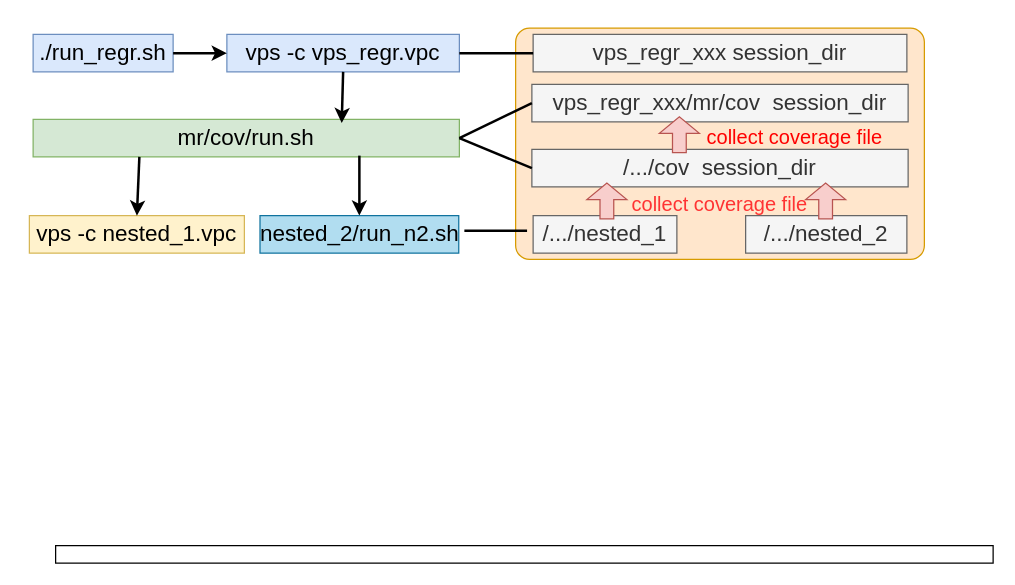
Above: page "第 1 页" (1 of 2) of coverage_VPS.drawio in bling-star-hub/MyDiagram (draw.io), before the change. Source tidied: cells renumbered, new cells numbered last; positions are measured from the earlier drawing's top-left corner, leaving out a move shared by most shapes. Both pictures are drawn from the tidied source at 125%, with x=0, y=0 at pixel (29, 28).
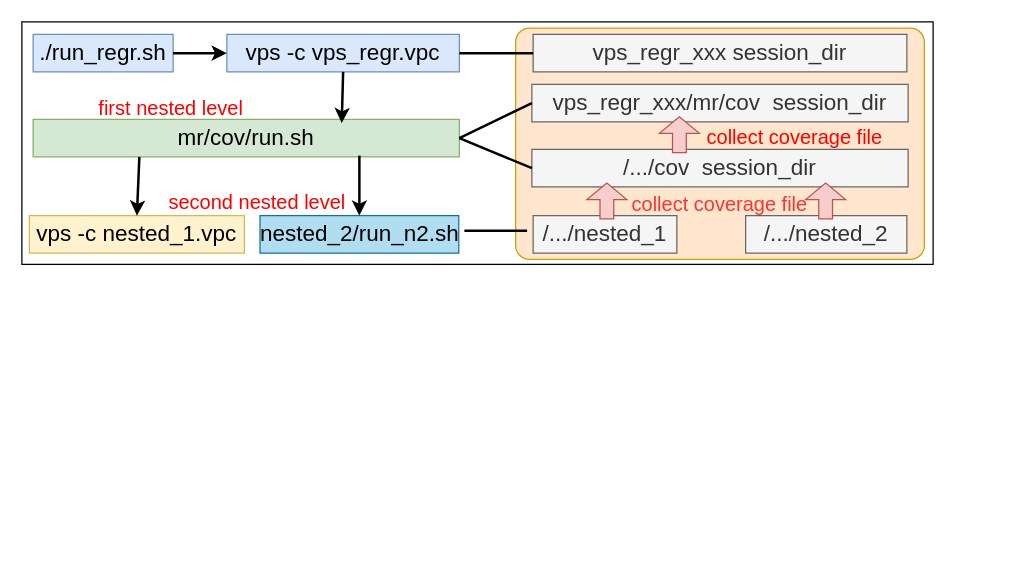
Above is the later version.

Change to the diagram source:
```diff
@@
     <mxCell id="12" style="rounded=0;whiteSpace=wrap;html=1;fillColor=none;" parent="1" vertex="1">
-      <mxGeometry x="21" y="414" width="750" height="14" as="geometry" />
+      <mxGeometry x="-6" y="-5" width="729" height="194" as="geometry" />
     </mxCell>
@@
+    <mxCell id="27" value="first nested level" style="text;html=1;align=center;verticalAlign=middle;whiteSpace=wrap;rounded=0;fontSize=16;fontColor=#FF0000;" parent="1" vertex="1">
+      <mxGeometry x="23" y="49" width="181" height="30" as="geometry" />
+    </mxCell>
+    <mxCell id="28" value="second nested level" style="text;html=1;align=center;verticalAlign=middle;whiteSpace=wrap;rounded=0;fontSize=16;fontColor=#FF0000;" parent="1" vertex="1">
+      <mxGeometry x="92" y="124" width="181" height="30" as="geometry" />
+    </mxCell>
```
